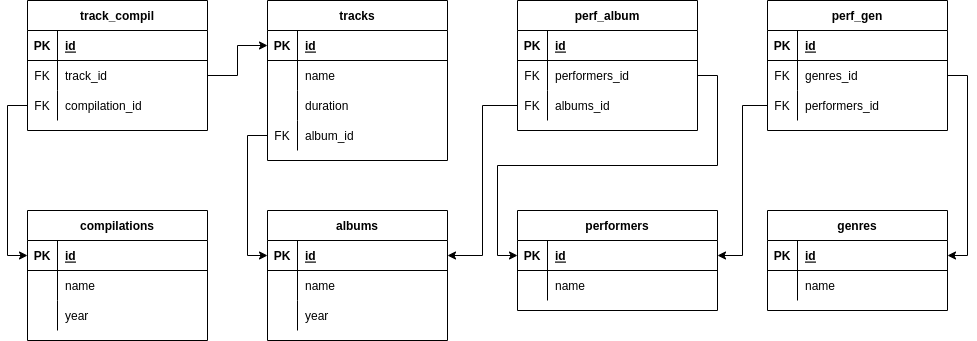
Before: exercise2.png, a diagram exported from draw.io (vtriber/SQL). Source tidied: cells renumbered, new cells last; positions are measured from the earlier drawing's top-left corner, leaving out a move shared by most shapes.
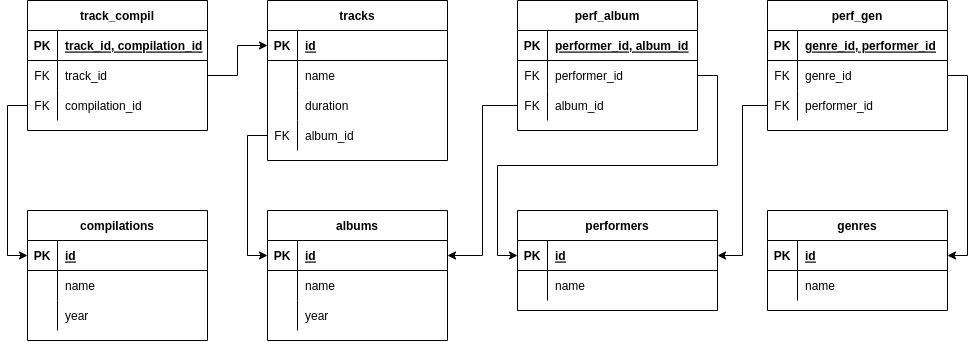
The same file after the commit.

The edit, as a diff of the source:
```diff
@@ -122,7 +122,7 @@
     <mxCell id="41" value="PK" style="shape=partialRectangle;fillColor=none;top=0;left=0;bottom=0;right=0;fontStyle=1;overflow=hidden;" parent="40" vertex="1">
       <mxGeometry width="30" height="30" as="geometry" />
     </mxCell>
-    <mxCell id="42" value="id" style="shape=partialRectangle;fillColor=none;top=0;left=0;bottom=0;right=0;align=left;spacingLeft=6;fontStyle=5;overflow=hidden;" parent="40" vertex="1">
+    <mxCell id="42" value="genre_id, performer_id" style="shape=partialRectangle;fillColor=none;top=0;left=0;bottom=0;right=0;align=left;spacingLeft=6;fontStyle=5;overflow=hidden;" parent="40" vertex="1">
       <mxGeometry x="30" width="150" height="30" as="geometry" />
     </mxCell>
     <mxCell id="43" style="shape=tableRow;horizontal=0;startSize=0;swimlaneHead=0;swimlaneBody=0;fillColor=none;points=[[0,0.5],[1,0.5]];portConstraint=eastwest;top=0;left=0;right=0;bottom=0;" parent="39" vertex="1">
@@ -131,7 +131,7 @@
     <mxCell id="44" value="FK" style="shape=partialRectangle;fillColor=none;top=0;left=0;bottom=0;right=0;overflow=hidden;" parent="43" vertex="1">
       <mxGeometry width="30" height="30" as="geometry" />
     </mxCell>
-    <mxCell id="45" value="genres_id" style="shape=partialRectangle;fillColor=none;top=0;left=0;bottom=0;right=0;align=left;spacingLeft=6;overflow=hidden;" parent="43" vertex="1">
+    <mxCell id="45" value="genre_id" style="shape=partialRectangle;fillColor=none;top=0;left=0;bottom=0;right=0;align=left;spacingLeft=6;overflow=hidden;" parent="43" vertex="1">
       <mxGeometry x="30" width="150" height="30" as="geometry" />
     </mxCell>
     <mxCell id="46" style="shape=tableRow;horizontal=0;startSize=0;swimlaneHead=0;swimlaneBody=0;fillColor=none;points=[[0,0.5],[1,0.5]];portConstraint=eastwest;top=0;left=0;right=0;bottom=0;" parent="39" vertex="1">
@@ -140,7 +140,7 @@
     <mxCell id="47" value="FK" style="shape=partialRectangle;fillColor=none;top=0;left=0;bottom=0;right=0;overflow=hidden;" parent="46" vertex="1">
       <mxGeometry width="30" height="30" as="geometry" />
     </mxCell>
-    <mxCell id="48" value="performers_id" style="shape=partialRectangle;fillColor=none;top=0;left=0;bottom=0;right=0;align=left;spacingLeft=6;overflow=hidden;" parent="46" vertex="1">
+    <mxCell id="48" value="performer_id" style="shape=partialRectangle;fillColor=none;top=0;left=0;bottom=0;right=0;align=left;spacingLeft=6;overflow=hidden;" parent="46" vertex="1">
       <mxGeometry x="30" width="150" height="30" as="geometry" />
     </mxCell>
     <mxCell id="49" value="perf_album" style="shape=table;startSize=30;rowLines=0;fontStyle=1;align=center;" parent="1" vertex="1">
@@ -152,7 +152,7 @@
     <mxCell id="51" value="PK" style="shape=partialRectangle;fillColor=none;top=0;left=0;bottom=0;right=0;fontStyle=1;overflow=hidden;" parent="50" vertex="1">
       <mxGeometry width="30" height="30" as="geometry" />
     </mxCell>
-    <mxCell id="52" value="id" style="shape=partialRectangle;fillColor=none;top=0;left=0;bottom=0;right=0;align=left;spacingLeft=6;fontStyle=5;overflow=hidden;" parent="50" vertex="1">
+    <mxCell id="52" value="performer_id, album_id" style="shape=partialRectangle;fillColor=none;top=0;left=0;bottom=0;right=0;align=left;spacingLeft=6;fontStyle=5;overflow=hidden;" parent="50" vertex="1">
       <mxGeometry x="30" width="150" height="30" as="geometry" />
     </mxCell>
     <mxCell id="53" style="shape=tableRow;horizontal=0;startSize=0;swimlaneHead=0;swimlaneBody=0;fillColor=none;points=[[0,0.5],[1,0.5]];portConstraint=eastwest;top=0;left=0;right=0;bottom=0;" parent="49" vertex="1">
@@ -161,7 +161,7 @@
     <mxCell id="54" value="FK" style="shape=partialRectangle;fillColor=none;top=0;left=0;bottom=0;right=0;overflow=hidden;" parent="53" vertex="1">
       <mxGeometry width="30" height="30" as="geometry" />
     </mxCell>
-    <mxCell id="55" value="performers_id" style="shape=partialRectangle;fillColor=none;top=0;left=0;bottom=0;right=0;align=left;spacingLeft=6;overflow=hidden;" parent="53" vertex="1">
+    <mxCell id="55" value="performer_id" style="shape=partialRectangle;fillColor=none;top=0;left=0;bottom=0;right=0;align=left;spacingLeft=6;overflow=hidden;" parent="53" vertex="1">
       <mxGeometry x="30" width="150" height="30" as="geometry" />
     </mxCell>
     <mxCell id="56" style="shape=tableRow;horizontal=0;startSize=0;swimlaneHead=0;swimlaneBody=0;fillColor=none;points=[[0,0.5],[1,0.5]];portConstraint=eastwest;top=0;left=0;right=0;bottom=0;" parent="49" vertex="1">
@@ -170,7 +170,7 @@
     <mxCell id="57" value="FK" style="shape=partialRectangle;fillColor=none;top=0;left=0;bottom=0;right=0;overflow=hidden;" parent="56" vertex="1">
       <mxGeometry width="30" height="30" as="geometry" />
     </mxCell>
-    <mxCell id="58" value="albums_id" style="shape=partialRectangle;fillColor=none;top=0;left=0;bottom=0;right=0;align=left;spacingLeft=6;overflow=hidden;" parent="56" vertex="1">
+    <mxCell id="58" value="album_id" style="shape=partialRectangle;fillColor=none;top=0;left=0;bottom=0;right=0;align=left;spacingLeft=6;overflow=hidden;" parent="56" vertex="1">
       <mxGeometry x="30" width="150" height="30" as="geometry" />
     </mxCell>
     <mxCell id="59" style="edgeStyle=orthogonalEdgeStyle;rounded=0;jettySize=auto;html=1;exitX=1;exitY=0.5;exitDx=0;exitDy=0;entryX=0;entryY=0.5;entryDx=0;entryDy=0;" parent="1" edge="1" source="53" target="16">
@@ -221,7 +221,7 @@
     <mxCell id="74" value="PK" style="shape=partialRectangle;fillColor=none;top=0;left=0;bottom=0;right=0;fontStyle=1;overflow=hidden;" parent="73" vertex="1">
       <mxGeometry width="30" height="30" as="geometry" />
     </mxCell>
-    <mxCell id="75" value="id" style="shape=partialRectangle;fillColor=none;top=0;left=0;bottom=0;right=0;align=left;spacingLeft=6;fontStyle=5;overflow=hidden;" parent="73" vertex="1">
+    <mxCell id="75" value="track_id, compilation_id" style="shape=partialRectangle;fillColor=none;top=0;left=0;bottom=0;right=0;align=left;spacingLeft=6;fontStyle=5;overflow=hidden;" parent="73" vertex="1">
       <mxGeometry x="30" width="150" height="30" as="geometry" />
     </mxCell>
     <mxCell id="76" style="shape=tableRow;horizontal=0;startSize=0;swimlaneHead=0;swimlaneBody=0;fillColor=none;points=[[0,0.5],[1,0.5]];portConstraint=eastwest;top=0;left=0;right=0;bottom=0;" parent="72" vertex="1">
```
